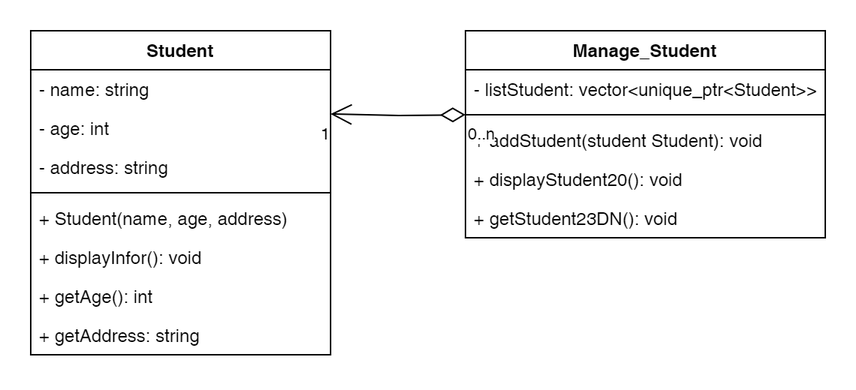
Earlier version of the draw.io export 06_StudentManage/docs/classDiagram.png (thanhetebkdn/object_orient_programming). Source tidied: cells renumbered, new cells last; positions are measured from the earlier drawing's top-left corner, leaving out a move shared by most shapes. The source it was exported from:
```xml
<mxGraphModel>
  <root>
    <mxCell id="0" />
    <mxCell id="1" parent="0" />
    <mxCell id="2" value="Student" style="swimlane;fontStyle=1;align=center;verticalAlign=top;horizontal=1;startSize=26;whiteSpace=wrap;html=1;" parent="1" vertex="1">
      <mxGeometry width="200" height="216" as="geometry" />
    </mxCell>
    <mxCell id="3" value="- name: string" style="text;strokeColor=none;fillColor=none;align=left;verticalAlign=top;spacingLeft=4;spacingRight=4;overflow=hidden;whiteSpace=wrap;html=1;" parent="2" vertex="1">
      <mxGeometry y="26" width="200" height="26" as="geometry" />
    </mxCell>
    <mxCell id="4" value="- age: int" style="text;strokeColor=none;fillColor=none;align=left;verticalAlign=top;spacingLeft=4;spacingRight=4;overflow=hidden;whiteSpace=wrap;html=1;" parent="2" vertex="1">
      <mxGeometry y="52" width="200" height="26" as="geometry" />
    </mxCell>
    <mxCell id="5" value="- address: string" style="text;strokeColor=none;fillColor=none;align=left;verticalAlign=top;spacingLeft=4;spacingRight=4;overflow=hidden;whiteSpace=wrap;html=1;" parent="2" vertex="1">
      <mxGeometry y="78" width="200" height="26" as="geometry" />
    </mxCell>
    <mxCell id="6" style="line;strokeWidth=1;fillColor=none;align=left;verticalAlign=middle;spacingTop=-1;spacingLeft=3;spacingRight=3;labelPosition=right;strokeColor=inherit;" parent="2" vertex="1">
      <mxGeometry y="104" width="200" height="8" as="geometry" />
    </mxCell>
    <mxCell id="7" value="+ Student(name, age, address)" style="text;strokeColor=none;fillColor=none;align=left;verticalAlign=top;spacingLeft=4;spacingRight=4;overflow=hidden;whiteSpace=wrap;html=1;" parent="2" vertex="1">
      <mxGeometry y="112" width="200" height="26" as="geometry" />
    </mxCell>
    <mxCell id="8" value="+ displayInfor(): void" style="text;strokeColor=none;fillColor=none;align=left;verticalAlign=top;spacingLeft=4;spacingRight=4;overflow=hidden;whiteSpace=wrap;html=1;" parent="2" vertex="1">
      <mxGeometry y="138" width="200" height="26" as="geometry" />
    </mxCell>
    <mxCell id="9" value="+ getAge(): int" style="text;strokeColor=none;fillColor=none;align=left;verticalAlign=top;spacingLeft=4;spacingRight=4;overflow=hidden;whiteSpace=wrap;html=1;" parent="2" vertex="1">
      <mxGeometry y="164" width="200" height="26" as="geometry" />
    </mxCell>
    <mxCell id="10" value="+ getAddress: string" style="text;strokeColor=none;fillColor=none;align=left;verticalAlign=top;spacingLeft=4;spacingRight=4;overflow=hidden;whiteSpace=wrap;html=1;" parent="2" vertex="1">
      <mxGeometry y="190" width="200" height="26" as="geometry" />
    </mxCell>
    <mxCell id="11" value="Manage_Student" style="swimlane;fontStyle=1;align=center;verticalAlign=top;horizontal=1;startSize=26;whiteSpace=wrap;html=1;" parent="1" vertex="1">
      <mxGeometry x="290" width="240" height="138" as="geometry" />
    </mxCell>
    <mxCell id="12" value="- listStudent: vector&amp;lt;unique_ptr&amp;lt;Student&amp;gt;&amp;gt;" style="text;strokeColor=none;fillColor=none;align=left;verticalAlign=top;spacingLeft=4;spacingRight=4;overflow=hidden;whiteSpace=wrap;html=1;" parent="11" vertex="1">
      <mxGeometry y="26" width="240" height="26" as="geometry" />
    </mxCell>
    <mxCell id="13" style="line;strokeWidth=1;fillColor=none;align=left;verticalAlign=middle;spacingTop=-1;spacingLeft=3;spacingRight=3;labelPosition=right;strokeColor=inherit;" parent="11" vertex="1">
      <mxGeometry y="52" width="240" height="8" as="geometry" />
    </mxCell>
    <mxCell id="14" value="+ addStudent(student Student): void" style="text;strokeColor=none;fillColor=none;align=left;verticalAlign=top;spacingLeft=4;spacingRight=4;overflow=hidden;whiteSpace=wrap;html=1;" parent="11" vertex="1">
      <mxGeometry y="60" width="240" height="26" as="geometry" />
    </mxCell>
    <mxCell id="15" value="+ displayStudent20(): void" style="text;strokeColor=none;fillColor=none;align=left;verticalAlign=top;spacingLeft=4;spacingRight=4;overflow=hidden;whiteSpace=wrap;html=1;" parent="11" vertex="1">
      <mxGeometry y="86" width="240" height="26" as="geometry" />
    </mxCell>
    <mxCell id="16" value="+ getStudent23DN(): void" style="text;strokeColor=none;fillColor=none;align=left;verticalAlign=top;spacingLeft=4;spacingRight=4;overflow=hidden;whiteSpace=wrap;html=1;" parent="11" vertex="1">
      <mxGeometry y="112" width="240" height="26" as="geometry" />
    </mxCell>
    <mxCell id="17" style="endArrow=open;html=1;endSize=12;startArrow=diamondThin;startSize=14;startFill=0;edgeStyle=orthogonalEdgeStyle;rounded=0;" parent="1" edge="1">
      <mxGeometry relative="1" as="geometry">
        <mxPoint x="290" y="56" as="sourcePoint" />
        <mxPoint x="200" y="55.5" as="targetPoint" />
      </mxGeometry>
    </mxCell>
    <mxCell id="18" value="0..n" style="edgeLabel;html=1;align=left;verticalAlign=top;" parent="17" vertex="1">
      <mxGeometry x="-1" relative="1" as="geometry" />
    </mxCell>
    <mxCell id="19" value="1" style="edgeLabel;html=1;align=right;verticalAlign=top;" parent="17" vertex="1">
      <mxGeometry x="1" relative="1" as="geometry" />
    </mxCell>
  </root>
</mxGraphModel>
```
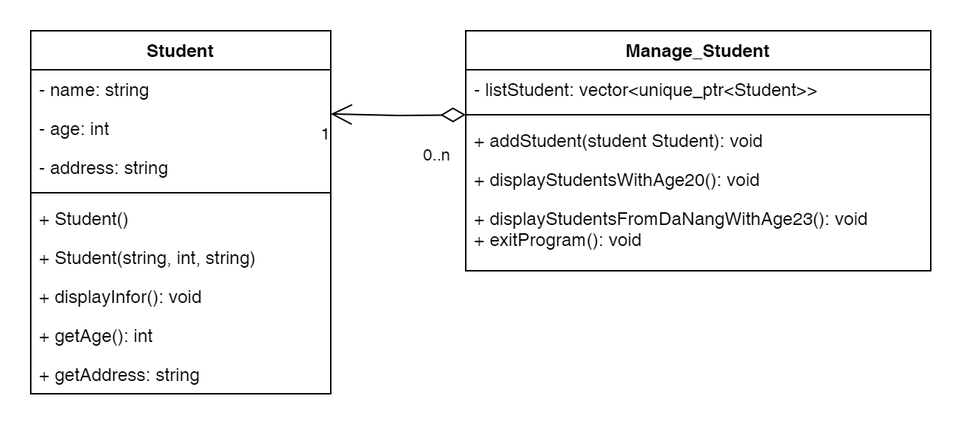
After the change.

What changed in the source:
```diff
@@ -3,7 +3,7 @@
     <mxCell id="0" />
     <mxCell id="1" parent="0" />
     <mxCell id="2" value="Student" style="swimlane;fontStyle=1;align=center;verticalAlign=top;horizontal=1;startSize=26;whiteSpace=wrap;html=1;" parent="1" vertex="1">
-      <mxGeometry width="200" height="216" as="geometry" />
+      <mxGeometry width="200" height="242" as="geometry" />
     </mxCell>
     <mxCell id="3" value="- name: string" style="text;strokeColor=none;fillColor=none;align=left;verticalAlign=top;spacingLeft=4;spacingRight=4;overflow=hidden;whiteSpace=wrap;html=1;" parent="2" vertex="1">
       <mxGeometry y="26" width="200" height="26" as="geometry" />
@@ -17,35 +17,38 @@
     <mxCell id="6" style="line;strokeWidth=1;fillColor=none;align=left;verticalAlign=middle;spacingTop=-1;spacingLeft=3;spacingRight=3;labelPosition=right;strokeColor=inherit;" parent="2" vertex="1">
       <mxGeometry y="104" width="200" height="8" as="geometry" />
     </mxCell>
+    <mxCell id="20" value="+ Student()" style="text;strokeColor=none;fillColor=none;align=left;verticalAlign=top;spacingLeft=4;spacingRight=4;overflow=hidden;whiteSpace=wrap;html=1;" parent="2" vertex="1">
+      <mxGeometry y="112" width="200" height="26" as="geometry" />
+    </mxCell>
-    <mxCell id="7" value="+ Student(name, age, address)" style="text;strokeColor=none;fillColor=none;align=left;verticalAlign=top;spacingLeft=4;spacingRight=4;overflow=hidden;whiteSpace=wrap;html=1;" parent="2" vertex="1">
-      <mxGeometry y="112" width="200" height="26" as="geometry" />
+    <mxCell id="7" value="+ Student(string, int, string)" style="text;strokeColor=none;fillColor=none;align=left;verticalAlign=top;spacingLeft=4;spacingRight=4;overflow=hidden;whiteSpace=wrap;html=1;" parent="2" vertex="1">
+      <mxGeometry y="138" width="200" height="26" as="geometry" />
     </mxCell>
     <mxCell id="8" value="+ displayInfor(): void" style="text;strokeColor=none;fillColor=none;align=left;verticalAlign=top;spacingLeft=4;spacingRight=4;overflow=hidden;whiteSpace=wrap;html=1;" parent="2" vertex="1">
-      <mxGeometry y="138" width="200" height="26" as="geometry" />
+      <mxGeometry y="164" width="200" height="26" as="geometry" />
     </mxCell>
     <mxCell id="9" value="+ getAge(): int" style="text;strokeColor=none;fillColor=none;align=left;verticalAlign=top;spacingLeft=4;spacingRight=4;overflow=hidden;whiteSpace=wrap;html=1;" parent="2" vertex="1">
-      <mxGeometry y="164" width="200" height="26" as="geometry" />
+      <mxGeometry y="190" width="200" height="26" as="geometry" />
     </mxCell>
     <mxCell id="10" value="+ getAddress: string" style="text;strokeColor=none;fillColor=none;align=left;verticalAlign=top;spacingLeft=4;spacingRight=4;overflow=hidden;whiteSpace=wrap;html=1;" parent="2" vertex="1">
-      <mxGeometry y="190" width="200" height="26" as="geometry" />
+      <mxGeometry y="216" width="200" height="26" as="geometry" />
     </mxCell>
     <mxCell id="11" value="Manage_Student" style="swimlane;fontStyle=1;align=center;verticalAlign=top;horizontal=1;startSize=26;whiteSpace=wrap;html=1;" parent="1" vertex="1">
-      <mxGeometry x="290" width="240" height="138" as="geometry" />
+      <mxGeometry x="290" width="310" height="160" as="geometry" />
     </mxCell>
     <mxCell id="12" value="- listStudent: vector&amp;lt;unique_ptr&amp;lt;Student&amp;gt;&amp;gt;" style="text;strokeColor=none;fillColor=none;align=left;verticalAlign=top;spacingLeft=4;spacingRight=4;overflow=hidden;whiteSpace=wrap;html=1;" parent="11" vertex="1">
-      <mxGeometry y="26" width="240" height="26" as="geometry" />
+      <mxGeometry y="26" width="310" height="26" as="geometry" />
     </mxCell>
     <mxCell id="13" style="line;strokeWidth=1;fillColor=none;align=left;verticalAlign=middle;spacingTop=-1;spacingLeft=3;spacingRight=3;labelPosition=right;strokeColor=inherit;" parent="11" vertex="1">
-      <mxGeometry y="52" width="240" height="8" as="geometry" />
+      <mxGeometry y="52" width="310" height="8" as="geometry" />
     </mxCell>
     <mxCell id="14" value="+ addStudent(student Student): void" style="text;strokeColor=none;fillColor=none;align=left;verticalAlign=top;spacingLeft=4;spacingRight=4;overflow=hidden;whiteSpace=wrap;html=1;" parent="11" vertex="1">
-      <mxGeometry y="60" width="240" height="26" as="geometry" />
+      <mxGeometry y="60" width="310" height="26" as="geometry" />
     </mxCell>
-    <mxCell id="15" value="+ displayStudent20(): void" style="text;strokeColor=none;fillColor=none;align=left;verticalAlign=top;spacingLeft=4;spacingRight=4;overflow=hidden;whiteSpace=wrap;html=1;" parent="11" vertex="1">
-      <mxGeometry y="86" width="240" height="26" as="geometry" />
+    <mxCell id="15" value="+ displayStudentsWithAge20(): void" style="text;strokeColor=none;fillColor=none;align=left;verticalAlign=top;spacingLeft=4;spacingRight=4;overflow=hidden;whiteSpace=wrap;html=1;" parent="11" vertex="1">
+      <mxGeometry y="86" width="310" height="26" as="geometry" />
     </mxCell>
-    <mxCell id="16" value="+ getStudent23DN(): void" style="text;strokeColor=none;fillColor=none;align=left;verticalAlign=top;spacingLeft=4;spacingRight=4;overflow=hidden;whiteSpace=wrap;html=1;" parent="11" vertex="1">
-      <mxGeometry y="112" width="240" height="26" as="geometry" />
+    <mxCell id="16" value="+ displayStudentsFromDaNangWithAge23(): void&lt;div&gt;+ exitProgram(): void&lt;/div&gt;" style="text;strokeColor=none;fillColor=none;align=left;verticalAlign=top;spacingLeft=4;spacingRight=4;overflow=hidden;whiteSpace=wrap;html=1;" parent="11" vertex="1">
+      <mxGeometry y="112" width="310" height="48" as="geometry" />
     </mxCell>
     <mxCell id="17" style="endArrow=open;html=1;endSize=12;startArrow=diamondThin;startSize=14;startFill=0;edgeStyle=orthogonalEdgeStyle;rounded=0;" parent="1" edge="1">
       <mxGeometry relative="1" as="geometry">
@@ -54,7 +57,9 @@
       </mxGeometry>
     </mxCell>
     <mxCell id="18" value="0..n" style="edgeLabel;html=1;align=left;verticalAlign=top;" parent="17" vertex="1">
-      <mxGeometry x="-1" relative="1" as="geometry" />
+      <mxGeometry x="-1" relative="1" as="geometry">
+        <mxPoint x="-30" y="14" as="offset" />
+      </mxGeometry>
     </mxCell>
     <mxCell id="19" value="1" style="edgeLabel;html=1;align=right;verticalAlign=top;" parent="17" vertex="1">
       <mxGeometry x="1" relative="1" as="geometry" />
```
